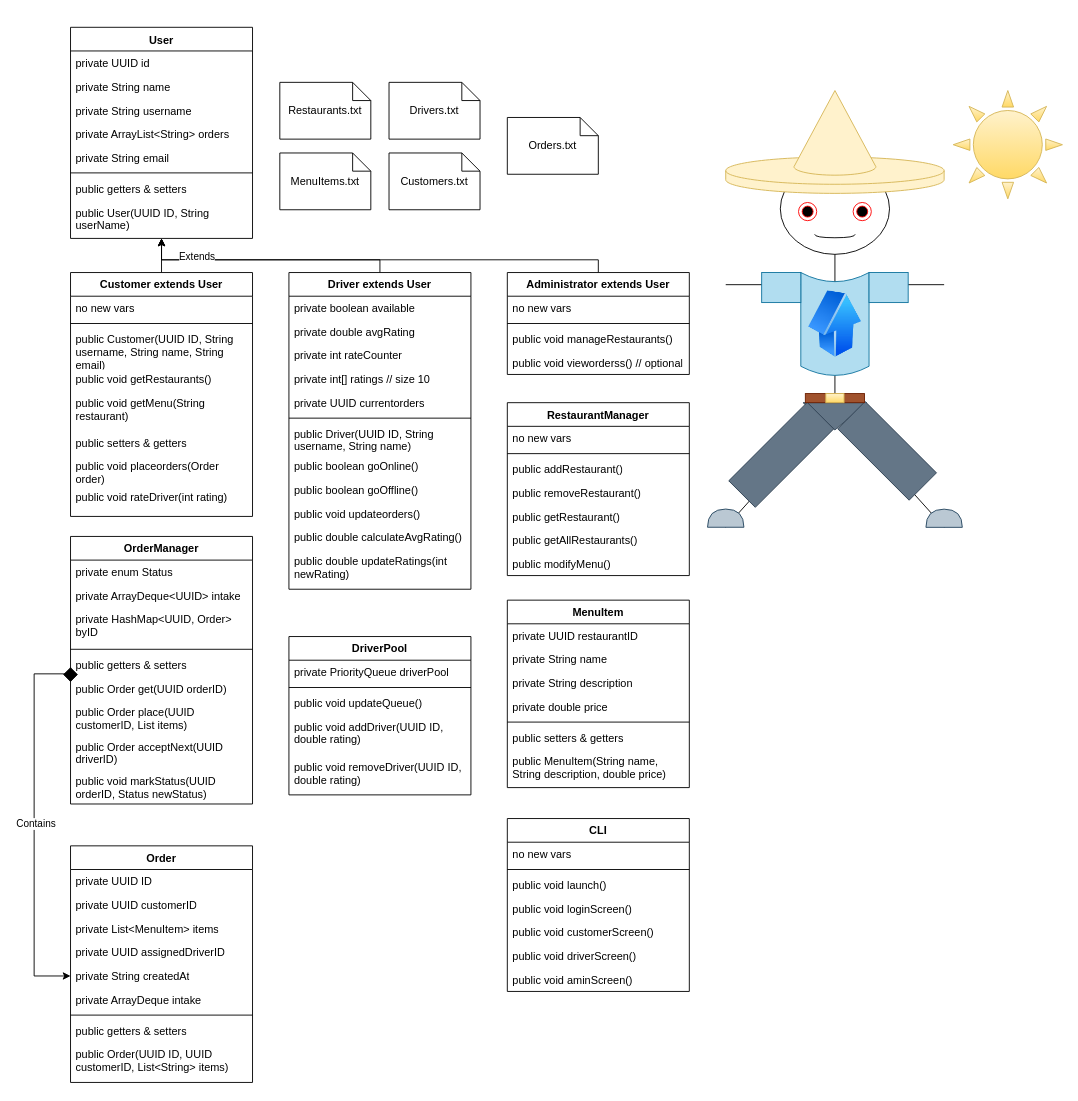
The draw.io diagram docs/CS233-Proj-ClassDiagram.drawio in Nobody277/PasoEats, before the edit. Source tidied: cells renumbered, new cells numbered last; positions are measured from the earlier drawing's top-left corner, leaving out a move shared by most shapes. Both pictures are drawn from the tidied source at 91%, with x=0, y=0 at pixel (34, 26).
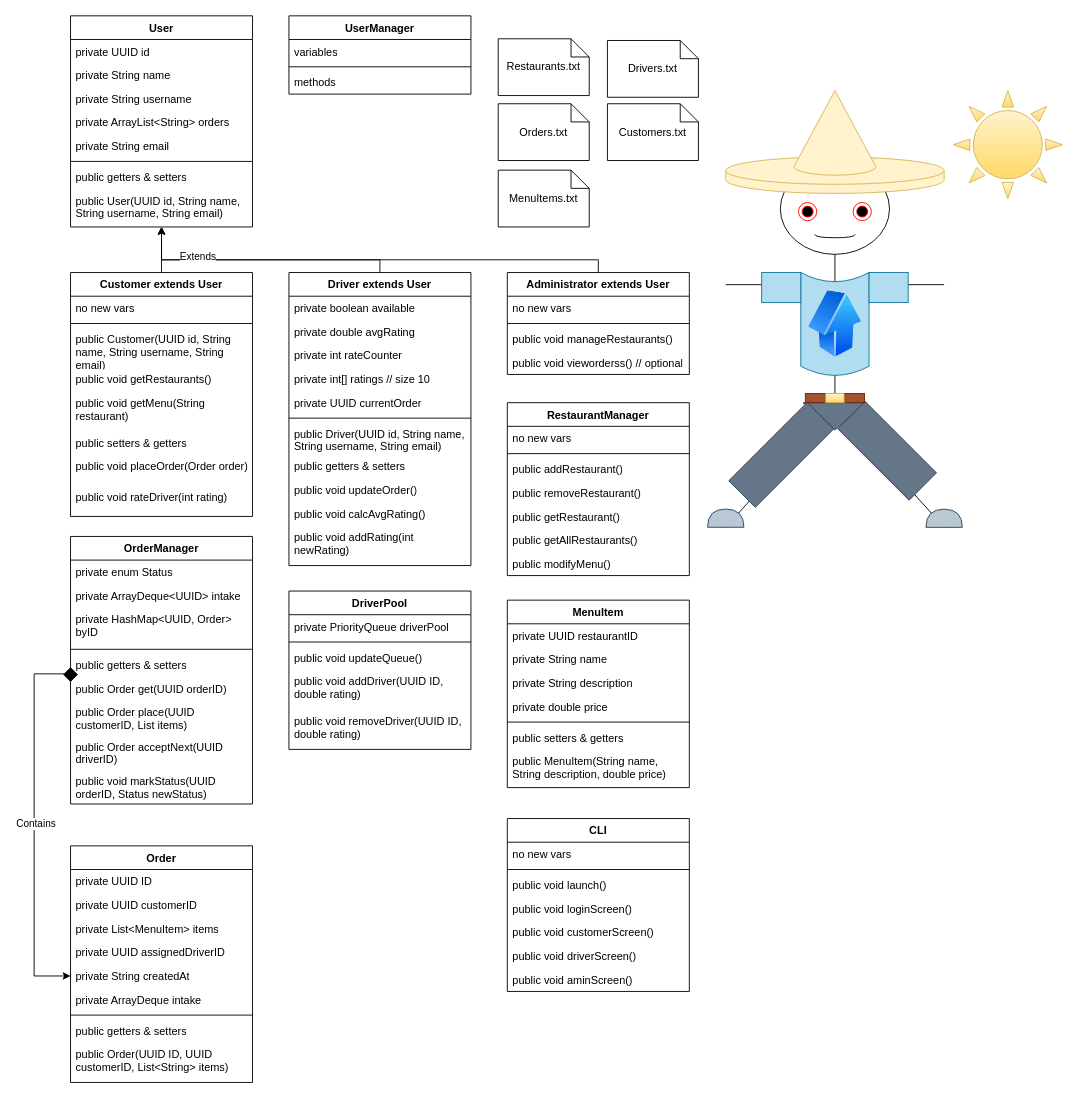
After the change.

Commit message (it also covers changes not shown here):
#4 #3 update with empty methods

customer has full constructor & empty methods
driver has vars, constructor, getters & setters, empty updateOrder() & calcAvgRating(), complete addRating()

The change refers to these unchanged cells:
```xml
<mxCell id="12" value="&lt;div&gt;Customer extends&amp;nbsp;User&lt;/div&gt;" style="swimlane;fontStyle=1;align=center;verticalAlign=top;horizontal=1;startSize=26;whiteSpace=wrap;html=1;rounded=0;" parent="1" vertex="1">
  <mxGeometry x="40" y="270" width="200" height="268" as="geometry" />
</mxCell>
<mxCell id="35" style="edgeStyle=orthogonalEdgeStyle;rounded=0;jettySize=auto;html=1;exitX=0.5;exitY=0;exitDx=0;exitDy=0;entryX=0.5;entryY=1;entryDx=0;entryDy=0;" parent="1" edge="1" source="37" target="2">
  <mxGeometry relative="1" as="geometry">
    <Array as="points">
      <mxPoint x="620" y="256" />
      <mxPoint x="140" y="256" />
    </Array>
  </mxGeometry>
</mxCell>
```

Change to the diagram source:
```diff
@@
     <mxCell id="2" value="&lt;div&gt;User&lt;/div&gt;" style="swimlane;fontStyle=1;align=center;verticalAlign=top;horizontal=1;startSize=26;whiteSpace=wrap;html=1;rounded=0;" parent="1" vertex="1">
-      <mxGeometry x="40" y="0.5" width="200" height="232" as="geometry" />
+      <mxGeometry x="40" y="-12.1" width="200" height="232" as="geometry" />
     </mxCell>
@@
-    <mxCell id="10" value="public User(UUID ID, String userName)" style="text;strokeColor=none;fillColor=none;align=left;verticalAlign=top;spacingLeft=4;spacingRight=4;overflow=hidden;whiteSpace=wrap;html=1;rounded=0;" parent="2" vertex="1">
+    <mxCell id="10" value="public User(UUID id, String name, String username, String email)" style="text;strokeColor=none;fillColor=none;align=left;verticalAlign=top;spacingLeft=4;spacingRight=4;overflow=hidden;whiteSpace=wrap;html=1;rounded=0;" parent="2" vertex="1">
       <mxGeometry y="190" width="200" height="42" as="geometry" />
     </mxCell>
@@
-    <mxCell id="15" value="public Customer(UUID ID, String username, String name, String email)" style="text;strokeColor=none;fillColor=none;align=left;verticalAlign=top;spacingLeft=4;spacingRight=4;overflow=hidden;whiteSpace=wrap;html=1;rounded=0;" parent="12" vertex="1">
+    <mxCell id="15" value="public Customer(&lt;span style=&quot;color: rgb(0, 0, 0);&quot;&gt;UUID id, String name, String username, String email&lt;/span&gt;)" style="text;strokeColor=none;fillColor=none;align=left;verticalAlign=top;spacingLeft=4;spacingRight=4;overflow=hidden;whiteSpace=wrap;html=1;rounded=0;" parent="12" vertex="1">
       <mxGeometry y="60" width="200" height="44" as="geometry" />
     </mxCell>
@@
-    <mxCell id="19" value="public void placeorders(Order order)" style="text;strokeColor=none;fillColor=none;align=left;verticalAlign=top;spacingLeft=4;spacingRight=4;overflow=hidden;whiteSpace=wrap;html=1;rounded=0;" parent="12" vertex="1">
+    <mxCell id="19" value="public void placeOrder(Order order)" style="text;strokeColor=none;fillColor=none;align=left;verticalAlign=top;spacingLeft=4;spacingRight=4;overflow=hidden;whiteSpace=wrap;html=1;rounded=0;" parent="12" vertex="1">
       <mxGeometry y="200" width="200" height="34" as="geometry" />
     </mxCell>
@@
     <mxCell id="22" value="&lt;div&gt;Driver extends User&lt;/div&gt;" style="swimlane;fontStyle=1;align=center;verticalAlign=top;horizontal=1;startSize=26;whiteSpace=wrap;html=1;rounded=0;" parent="1" vertex="1">
-      <mxGeometry x="280" y="270" width="200" height="348" as="geometry" />
+      <mxGeometry x="280" y="270" width="200" height="322" as="geometry" />
     </mxCell>
@@
-    <mxCell id="27" value="private UUID currentorders" style="text;strokeColor=none;fillColor=none;align=left;verticalAlign=top;spacingLeft=4;spacingRight=4;overflow=hidden;whiteSpace=wrap;html=1;rounded=0;" parent="22" vertex="1">
+    <mxCell id="27" value="private UUID currentOrder" style="text;strokeColor=none;fillColor=none;align=left;verticalAlign=top;spacingLeft=4;spacingRight=4;overflow=hidden;whiteSpace=wrap;html=1;rounded=0;" parent="22" vertex="1">
       <mxGeometry y="130" width="200" height="26" as="geometry" />
     </mxCell>
@@
-    <mxCell id="29" value="public Driver(UUID ID, String username, String name)" style="text;strokeColor=none;fillColor=none;align=left;verticalAlign=top;spacingLeft=4;spacingRight=4;overflow=hidden;whiteSpace=wrap;html=1;rounded=0;" parent="22" vertex="1">
+    <mxCell id="29" value="public Driver(&lt;span style=&quot;color: rgb(0, 0, 0);&quot;&gt;UUID id, String name, String username, String email&lt;/span&gt;)" style="text;strokeColor=none;fillColor=none;align=left;verticalAlign=top;spacingLeft=4;spacingRight=4;overflow=hidden;whiteSpace=wrap;html=1;rounded=0;" parent="22" vertex="1">
       <mxGeometry y="164" width="200" height="36" as="geometry" />
     </mxCell>
-    <mxCell id="30" value="public boolean goOnline()" style="text;strokeColor=none;fillColor=none;align=left;verticalAlign=top;spacingLeft=4;spacingRight=4;overflow=hidden;whiteSpace=wrap;html=1;rounded=0;" parent="22" vertex="1">
+    <mxCell id="30" value="public getters &amp;amp; setters" style="text;strokeColor=none;fillColor=none;align=left;verticalAlign=top;spacingLeft=4;spacingRight=4;overflow=hidden;whiteSpace=wrap;html=1;rounded=0;" parent="22" vertex="1">
       <mxGeometry y="200" width="200" height="26" as="geometry" />
     </mxCell>
-    <mxCell id="31" value="public boolean goOffline()" style="text;strokeColor=none;fillColor=none;align=left;verticalAlign=top;spacingLeft=4;spacingRight=4;overflow=hidden;whiteSpace=wrap;html=1;rounded=0;" parent="22" vertex="1">
-      <mxGeometry y="226" width="200" height="26" as="geometry" />
-    </mxCell>
-    <mxCell id="32" value="public void updateorders()" style="text;strokeColor=none;fillColor=none;align=left;verticalAlign=top;spacingLeft=4;spacingRight=4;overflow=hidden;whiteSpace=wrap;html=1;rounded=0;" parent="22" vertex="1">
-      <mxGeometry y="252" width="200" height="26" as="geometry" />
+    <mxCell id="32" value="public void updateOrder()" style="text;strokeColor=none;fillColor=none;align=left;verticalAlign=top;spacingLeft=4;spacingRight=4;overflow=hidden;whiteSpace=wrap;html=1;rounded=0;" parent="22" vertex="1">
+      <mxGeometry y="226" width="200" height="26" as="geometry" />
     </mxCell>
-    <mxCell id="33" value="public double calculateAvgRating()" style="text;strokeColor=none;fillColor=none;align=left;verticalAlign=top;spacingLeft=4;spacingRight=4;overflow=hidden;whiteSpace=wrap;html=1;rounded=0;" parent="22" vertex="1">
-      <mxGeometry y="278" width="200" height="26" as="geometry" />
+    <mxCell id="33" value="public void calcAvgRating()" style="text;strokeColor=none;fillColor=none;align=left;verticalAlign=top;spacingLeft=4;spacingRight=4;overflow=hidden;whiteSpace=wrap;html=1;rounded=0;" parent="22" vertex="1">
+      <mxGeometry y="252" width="200" height="26" as="geometry" />
     </mxCell>
-    <mxCell id="34" value="public double updateRatings(int newRating)" style="text;strokeColor=none;fillColor=none;align=left;verticalAlign=top;spacingLeft=4;spacingRight=4;overflow=hidden;whiteSpace=wrap;html=1;rounded=0;" parent="22" vertex="1">
-      <mxGeometry y="304" width="200" height="44" as="geometry" />
+    <mxCell id="34" value="public void addRating(int newRating)" style="text;strokeColor=none;fillColor=none;align=left;verticalAlign=top;spacingLeft=4;spacingRight=4;overflow=hidden;whiteSpace=wrap;html=1;rounded=0;" parent="22" vertex="1">
+      <mxGeometry y="278" width="200" height="44" as="geometry" />
     </mxCell>
@@
     <mxCell id="36" value="Extends" style="edgeLabel;html=1;align=center;verticalAlign=middle;" parent="35" vertex="1">
       <mxGeometry x="0.69" relative="1" as="geometry">
-        <mxPoint x="-19" y="-4" as="offset" />
+        <mxPoint x="-7" y="-4" as="offset" />
       </mxGeometry>
     </mxCell>
@@
     <mxCell id="52" value="DriverPool" style="swimlane;fontStyle=1;align=center;verticalAlign=top;horizontal=1;startSize=26;whiteSpace=wrap;html=1;rounded=0;" parent="1" vertex="1">
-      <mxGeometry x="280" y="670" width="200" height="174" as="geometry" />
+      <mxGeometry x="280" y="620" width="200" height="174" as="geometry" />
     </mxCell>
@@
     <mxCell id="66" value="Restaurants.txt" style="shape=note;size=20;whiteSpace=wrap;html=1;rounded=0;" parent="1" vertex="1">
-      <mxGeometry x="270" y="61" width="100" height="62.4" as="geometry" />
+      <mxGeometry x="510" y="13.1" width="100" height="62.4" as="geometry" />
     </mxCell>
     <mxCell id="67" value="Customers.txt" style="shape=note;size=20;whiteSpace=wrap;html=1;rounded=0;" parent="1" vertex="1">
-      <mxGeometry x="390" y="138.6" width="100" height="62.4" as="geometry" />
+      <mxGeometry x="630" y="84.5" width="100" height="62.4" as="geometry" />
     </mxCell>
     <mxCell id="68" value="Drivers.txt" style="shape=note;size=20;whiteSpace=wrap;html=1;rounded=0;" parent="1" vertex="1">
-      <mxGeometry x="390" y="61" width="100" height="62.4" as="geometry" />
+      <mxGeometry x="630" y="15" width="100" height="62.4" as="geometry" />
     </mxCell>
     <mxCell id="69" value="Orders.txt" style="shape=note;size=20;whiteSpace=wrap;html=1;rounded=0;" parent="1" vertex="1">
-      <mxGeometry x="520" y="99.6" width="100" height="62.4" as="geometry" />
+      <mxGeometry x="510" y="84.5" width="100" height="62.4" as="geometry" />
     </mxCell>
@@
     <mxCell id="87" value="MenuItems.txt" style="shape=note;size=20;whiteSpace=wrap;html=1;rounded=0;" parent="1" vertex="1">
-      <mxGeometry x="270" y="138.6" width="100" height="62.4" as="geometry" />
+      <mxGeometry x="510" y="157.5" width="100" height="62.4" as="geometry" />
     </mxCell>
@@
+    <mxCell id="117" value="UserManager" style="swimlane;fontStyle=1;align=center;verticalAlign=top;horizontal=1;startSize=26;whiteSpace=wrap;html=1;rounded=0;" parent="1" vertex="1">
+      <mxGeometry x="280" y="-12.1" width="200" height="86" as="geometry" />
+    </mxCell>
+    <mxCell id="118" value="variables" style="text;strokeColor=none;fillColor=none;align=left;verticalAlign=top;spacingLeft=4;spacingRight=4;overflow=hidden;whiteSpace=wrap;html=1;rounded=0;" parent="117" vertex="1">
+      <mxGeometry y="26" width="200" height="26" as="geometry" />
+    </mxCell>
+    <mxCell id="119" style="line;strokeWidth=1;fillColor=none;align=left;verticalAlign=middle;spacingTop=-1;spacingLeft=3;spacingRight=3;labelPosition=right;strokeColor=inherit;rounded=0;" parent="117" vertex="1">
+      <mxGeometry y="52" width="200" height="8" as="geometry" />
+    </mxCell>
+    <mxCell id="120" value="methods" style="text;strokeColor=none;fillColor=none;align=left;verticalAlign=top;spacingLeft=4;spacingRight=4;overflow=hidden;whiteSpace=wrap;html=1;rounded=0;" parent="117" vertex="1">
+      <mxGeometry y="60" width="200" height="26" as="geometry" />
+    </mxCell>
```
